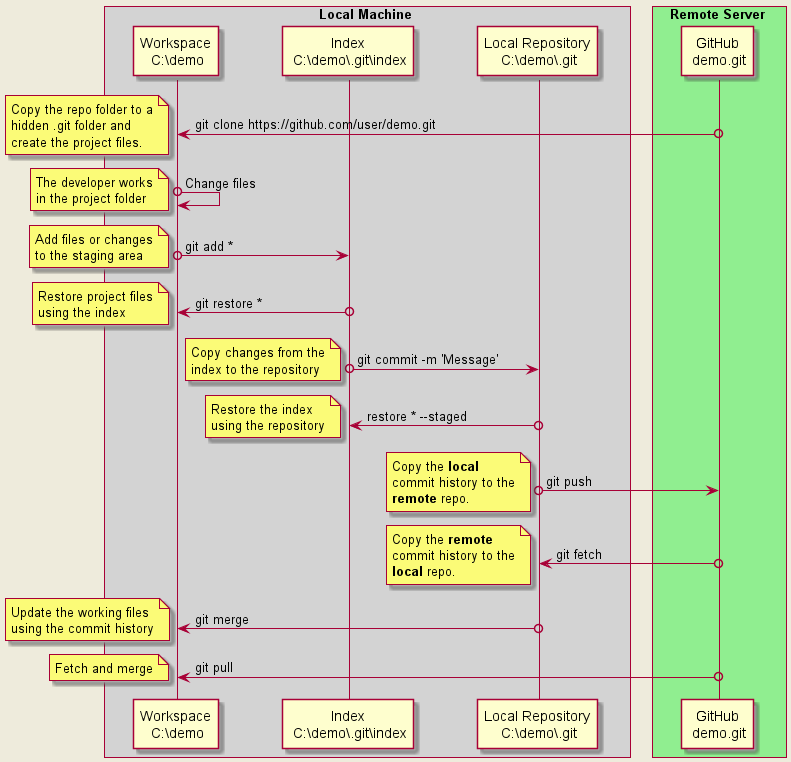
This is Assets/images/git-dataflow-diagram.png from braboj/tutorial-git, a PlantUML export, as it was before one commit.
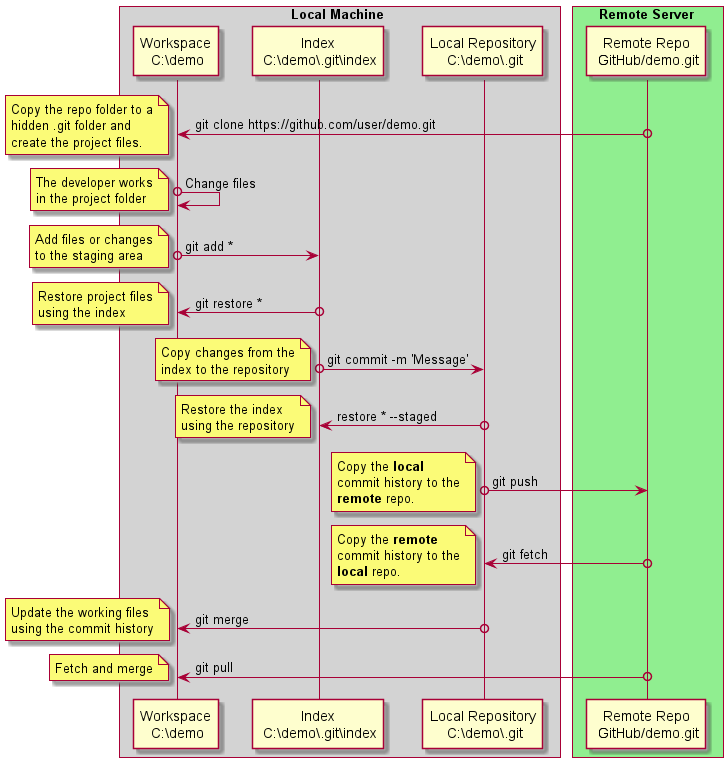
After the change.

Commit message:
(TUT-GIT) - Dataflow diagram

Diff of the diagram source:
```diff
@@ -1,9 +1,9 @@
 @startuml
 skinparam lifelineStrategy solid
-skinparam backgroundColor #EEEBDC
 skinparam handwritten false
-skinparam ParticipantPadding 25
-skinparam BoxPadding 10
+skinparam ParticipantPadding 10
+skinparam BoxPadding 5
+
 
 box Local Machine #LightGrey
     participant "Workspace\n C:\demo" as Workspace
@@ -12,8 +12,9 @@
 end box
 
 box Remote Server #LightGreen
-    participant "GitHub\n demo.git" as Remote
+    participant "Remote Repo\n GitHub/demo.git" as Remote
 end box
+
 
 Remote o-> Workspace : git clone https://github.com/user/demo.git
 note left
```
